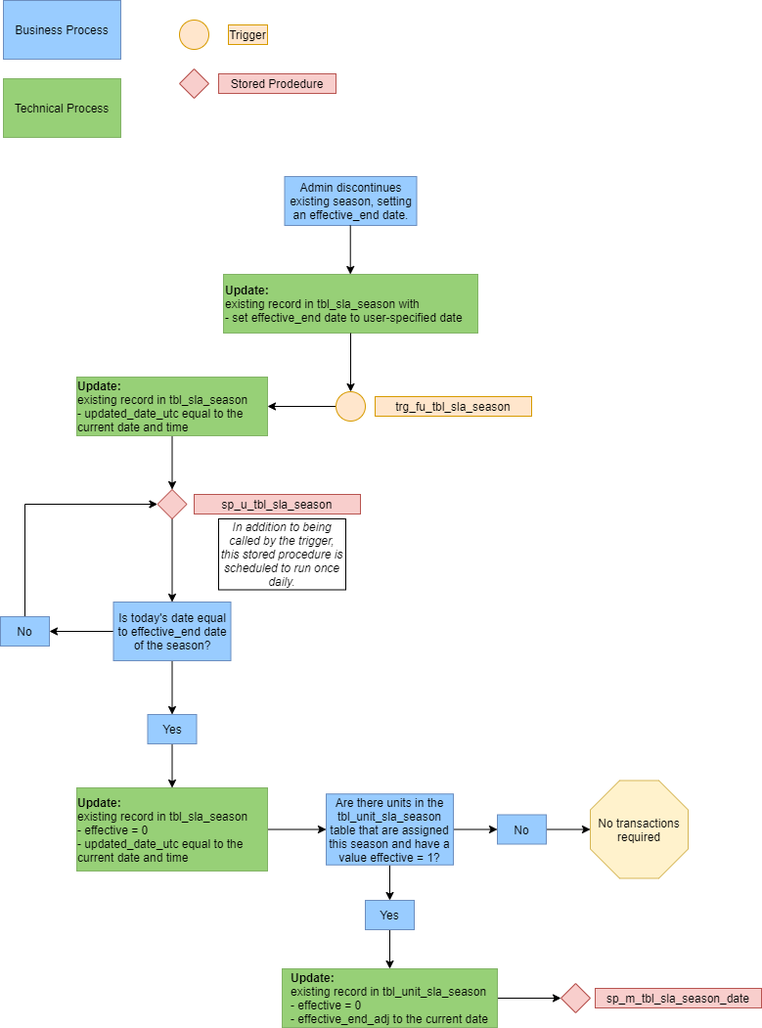
Earlier version of the draw.io export images/diagram2.png (NYC-Parks/SLADB). Source tidied: cells renumbered, new cells last; positions are measured from the earlier drawing's top-left corner, leaving out a move shared by most shapes.
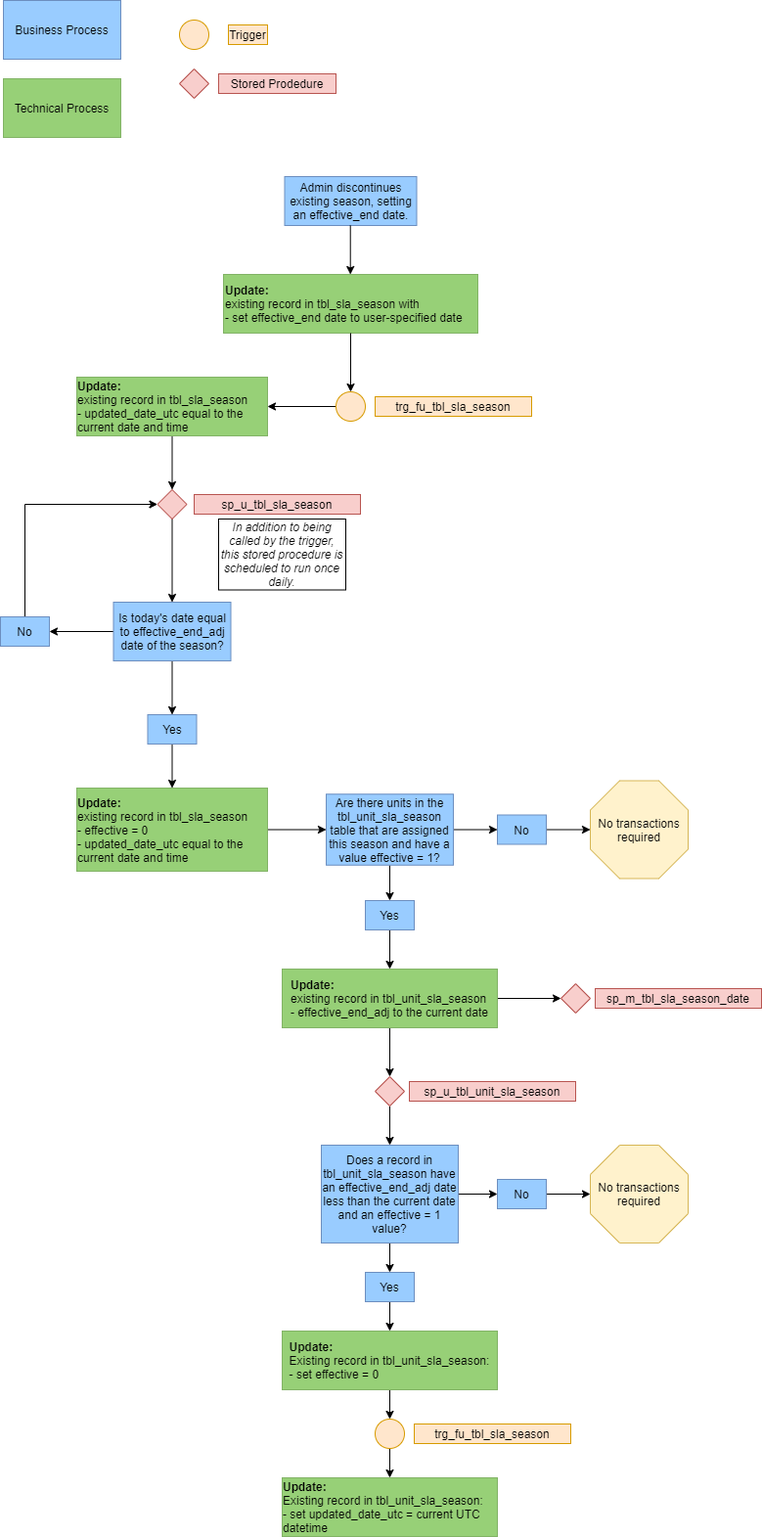
After the commit.

What changed in the source:
```diff
@@ -41,7 +41,7 @@
     <mxCell id="13" style="edgeStyle=orthogonalEdgeStyle;rounded=0;jettySize=auto;html=1;exitX=0.5;exitY=1;exitDx=0;exitDy=0;entryX=0.5;entryY=0;entryDx=0;entryDy=0;" parent="1" edge="1" source="14" target="18">
       <mxGeometry relative="1" as="geometry" />
     </mxCell>
-    <mxCell id="14" value="Is today's date equal to effective_end date of the season?" style="rounded=0;whiteSpace=wrap;html=1;fillColor=#99CCFF;strokeColor=#6c8ebf;" parent="1" vertex="1">
+    <mxCell id="14" value="Is today's date equal to effective_end_adj date of the season?" style="rounded=0;whiteSpace=wrap;html=1;fillColor=#99CCFF;strokeColor=#6c8ebf;" parent="1" vertex="1">
       <mxGeometry x="115.5" y="615" width="120" height="60" as="geometry" />
     </mxCell>
     <mxCell id="15" style="edgeStyle=orthogonalEdgeStyle;rounded=0;jettySize=auto;html=1;exitX=0.5;exitY=0;exitDx=0;exitDy=0;entryX=0;entryY=0.5;entryDx=0;entryDy=0;" parent="1" edge="1" source="16" target="24">
@@ -125,7 +125,10 @@
     <mxCell id="41" value="&lt;i&gt;In addition to being called by the trigger, this stored procedure is scheduled to run once daily.&lt;/i&gt;" style="rounded=0;whiteSpace=wrap;html=1;" parent="1" vertex="1">
       <mxGeometry x="223" y="530" width="130" height="72.5" as="geometry" />
     </mxCell>
+    <mxCell id="45" style="edgeStyle=orthogonalEdgeStyle;rounded=0;jettySize=auto;html=1;exitX=0.5;exitY=1;exitDx=0;exitDy=0;entryX=0.5;entryY=0;entryDx=0;entryDy=0;" parent="1" edge="1" source="42" target="51">
+      <mxGeometry relative="1" as="geometry" />
+    </mxCell>
-    <mxCell id="42" value="&lt;div style=&quot;text-align: left&quot;&gt;&lt;b&gt;Update:&lt;/b&gt;&lt;/div&gt;&lt;div style=&quot;text-align: left&quot;&gt;existing record in tbl_unit_sla_season&lt;/div&gt;&lt;div style=&quot;text-align: left&quot;&gt;- effective = 0&lt;/div&gt;&lt;div style=&quot;text-align: left&quot;&gt;- effective_end_adj to the current date&lt;/div&gt;" style="rounded=0;whiteSpace=wrap;html=1;fillColor=#97D077;strokeColor=#82b366;" parent="1" vertex="1">
+    <mxCell id="42" value="&lt;div style=&quot;text-align: left&quot;&gt;&lt;b&gt;Update:&lt;/b&gt;&lt;/div&gt;&lt;div style=&quot;text-align: left&quot;&gt;existing record in tbl_unit_sla_season&lt;/div&gt;&lt;div style=&quot;text-align: left&quot;&gt;- effective_end_adj to the current date&lt;/div&gt;" style="rounded=0;whiteSpace=wrap;html=1;fillColor=#97D077;strokeColor=#82b366;" parent="1" vertex="1">
       <mxGeometry x="288" y="990" width="220" height="60" as="geometry" />
     </mxCell>
     <mxCell id="43" value="&lt;div style=&quot;text-align: left&quot;&gt;&lt;b&gt;Update:&lt;/b&gt;&lt;/div&gt;&lt;div style=&quot;text-align: left&quot;&gt;&lt;span&gt;existing record in tbl_sla_season&lt;/span&gt;&lt;/div&gt;&lt;div style=&quot;text-align: left&quot;&gt;&lt;span&gt;- effective = 0&lt;/span&gt;&lt;/div&gt;&lt;div style=&quot;text-align: left&quot;&gt;- updated_date_utc equal to the current date and time&lt;span&gt;&lt;br&gt;&lt;/span&gt;&lt;/div&gt;" style="rounded=0;whiteSpace=wrap;html=1;fillColor=#97D077;strokeColor=#82b366;" parent="1" vertex="1">
@@ -134,5 +137,56 @@
     <mxCell id="44" value="&lt;div style=&quot;text-align: left&quot;&gt;&lt;b&gt;Update:&lt;/b&gt;&lt;/div&gt;&lt;div style=&quot;text-align: left&quot;&gt;&lt;span&gt;existing record in tbl_sla_season&lt;/span&gt;&lt;/div&gt;&lt;div style=&quot;text-align: left&quot;&gt;&lt;span&gt;- updated_date_utc equal to the current date and time&lt;/span&gt;&lt;/div&gt;" style="rounded=0;whiteSpace=wrap;html=1;fillColor=#97D077;strokeColor=#82b366;" parent="1" vertex="1">
       <mxGeometry x="78" y="385" width="195" height="60" as="geometry" />
     </mxCell>
+    <mxCell id="46" style="edgeStyle=orthogonalEdgeStyle;rounded=0;jettySize=auto;html=1;exitX=0.5;exitY=1;exitDx=0;exitDy=0;entryX=0.5;entryY=0;entryDx=0;entryDy=0;" parent="1" edge="1" source="48" target="53">
+      <mxGeometry relative="1" as="geometry" />
+    </mxCell>
+    <mxCell id="47" style="edgeStyle=orthogonalEdgeStyle;rounded=0;jettySize=auto;html=1;exitX=1;exitY=0.5;exitDx=0;exitDy=0;entryX=0;entryY=0.5;entryDx=0;entryDy=0;" parent="1" edge="1" source="48" target="55">
+      <mxGeometry relative="1" as="geometry" />
+    </mxCell>
+    <mxCell id="48" value="Does a record in tbl_unit_sla_season have an effective_end_adj date less than the current date and an effective = 1 value?" style="rounded=0;whiteSpace=wrap;html=1;fillColor=#99CCFF;strokeColor=#6c8ebf;" parent="1" vertex="1">
+      <mxGeometry x="328" y="1170" width="140" height="100" as="geometry" />
+    </mxCell>
+    <mxCell id="49" value="sp_u_tbl_unit_sla_season" style="text;html=1;strokeColor=#b85450;fillColor=#f8cecc;align=center;verticalAlign=middle;whiteSpace=wrap;rounded=0;" parent="1" vertex="1">
+      <mxGeometry x="418" y="1105" width="170" height="20" as="geometry" />
+    </mxCell>
+    <mxCell id="50" style="edgeStyle=orthogonalEdgeStyle;rounded=0;jettySize=auto;html=1;exitX=0.5;exitY=1;exitDx=0;exitDy=0;entryX=0.5;entryY=0;entryDx=0;entryDy=0;" parent="1" edge="1" source="51" target="48">
+      <mxGeometry relative="1" as="geometry" />
+    </mxCell>
+    <mxCell id="51" style="rhombus;whiteSpace=wrap;html=1;align=left;fillColor=#f8cecc;strokeColor=#b85450;" parent="1" vertex="1">
+      <mxGeometry x="383" y="1100" width="30" height="30" as="geometry" />
+    </mxCell>
+    <mxCell id="52" style="edgeStyle=orthogonalEdgeStyle;rounded=0;jettySize=auto;html=1;exitX=0.5;exitY=1;exitDx=0;exitDy=0;entryX=0.5;entryY=0;entryDx=0;entryDy=0;" parent="1" edge="1" source="53" target="58">
+      <mxGeometry relative="1" as="geometry" />
+    </mxCell>
+    <mxCell id="53" value="Yes" style="rounded=0;whiteSpace=wrap;html=1;fillColor=#99CCFF;strokeColor=#6c8ebf;" parent="1" vertex="1">
+      <mxGeometry x="373" y="1300" width="50" height="30" as="geometry" />
+    </mxCell>
+    <mxCell id="54" style="edgeStyle=orthogonalEdgeStyle;rounded=0;jettySize=auto;html=1;exitX=1;exitY=0.5;exitDx=0;exitDy=0;" parent="1" edge="1" source="55" target="56">
+      <mxGeometry relative="1" as="geometry" />
+    </mxCell>
+    <mxCell id="55" value="No" style="rounded=0;whiteSpace=wrap;html=1;fillColor=#99CCFF;strokeColor=#6c8ebf;" parent="1" vertex="1">
+      <mxGeometry x="508" y="1205" width="50" height="30" as="geometry" />
+    </mxCell>
+    <mxCell id="56" value="No transactions required" style="whiteSpace=wrap;html=1;shape=mxgraph.basic.octagon2;align=center;verticalAlign=middle;dx=15;fillColor=#fff2cc;strokeColor=#d6b656;" parent="1" vertex="1">
+      <mxGeometry x="603" y="1170" width="100" height="100" as="geometry" />
+    </mxCell>
+    <mxCell id="57" style="edgeStyle=orthogonalEdgeStyle;rounded=0;jettySize=auto;html=1;exitX=0.5;exitY=1;exitDx=0;exitDy=0;entryX=0.5;entryY=0;entryDx=0;entryDy=0;" parent="1" edge="1" source="58" target="60">
+      <mxGeometry relative="1" as="geometry" />
+    </mxCell>
+    <mxCell id="58" value="&lt;div style=&quot;text-align: left&quot;&gt;&lt;b&gt;Update:&lt;/b&gt;&lt;/div&gt;&lt;div style=&quot;text-align: left&quot;&gt;Existing record in tbl_unit_sla_season:&lt;/div&gt;&lt;div style=&quot;text-align: left&quot;&gt;- set effective = 0&lt;/div&gt;" style="rounded=0;whiteSpace=wrap;html=1;fillColor=#97D077;strokeColor=#82b366;" parent="1" vertex="1">
+      <mxGeometry x="288" y="1360" width="220" height="60" as="geometry" />
+    </mxCell>
+    <mxCell id="59" style="edgeStyle=orthogonalEdgeStyle;rounded=0;jettySize=auto;html=1;exitX=0.5;exitY=1;exitDx=0;exitDy=0;" parent="1" edge="1" source="60" target="62">
+      <mxGeometry relative="1" as="geometry" />
+    </mxCell>
+    <mxCell id="60" style="ellipse;whiteSpace=wrap;html=1;fillColor=#ffe6cc;strokeColor=#d79b00;" parent="1" vertex="1">
+      <mxGeometry x="383" y="1450" width="30" height="30" as="geometry" />
+    </mxCell>
+    <mxCell id="61" value="trg_fu_tbl_sla_season" style="text;html=1;strokeColor=#d79b00;fillColor=#ffe6cc;align=center;verticalAlign=middle;whiteSpace=wrap;rounded=0;" parent="1" vertex="1">
+      <mxGeometry x="423" y="1455" width="160" height="20" as="geometry" />
+    </mxCell>
+    <mxCell id="62" value="&lt;div style=&quot;text-align: left&quot;&gt;&lt;b&gt;Update:&lt;/b&gt;&lt;/div&gt;&lt;div style=&quot;text-align: left&quot;&gt;Existing record in tbl_unit_sla_season:&lt;/div&gt;&lt;div style=&quot;text-align: left&quot;&gt;- set updated_date_utc = current UTC datetime&lt;/div&gt;" style="rounded=0;whiteSpace=wrap;html=1;fillColor=#97D077;strokeColor=#82b366;" parent="1" vertex="1">
+      <mxGeometry x="288" y="1510" width="220" height="60" as="geometry" />
+    </mxCell>
   </root>
 </mxGraphModel>
```
